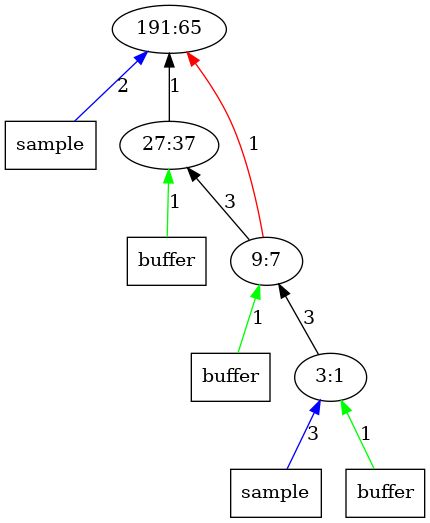
Above: outputImages/op65.png.png in AbhikKhan/MTP_IITG (Graphviz), before the change. Its source is kept beside it as outputTrees/op65.dot.
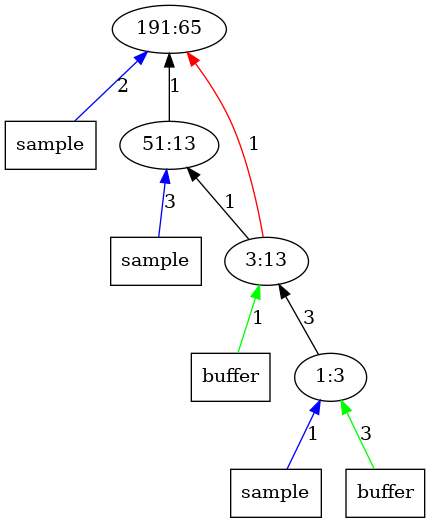
Later version of the same file.

Diff of the diagram source:
```diff
@@ -4,18 +4,18 @@
 	x11 [label = "sample", shape = "box"];
 	1 [label = "191:65"];
 	2 -> 1 [label = "1", color = "black"];
-	x22 -> 2 [label = "1", color = "green"];
-	x22 [label = "buffer", shape = "box"];
-	2 [label = "27:37"];
+	x21 -> 2 [label = "3", color = "blue"];
+	x21 [label = "sample", shape = "box"];
+	2 [label = "51:13"];
 	3 -> 1 [label = "1", color = "red"];
 	x32 -> 3 [label = "1", color = "green"];
 	x32 [label = "buffer", shape = "box"];
-	3 -> 2 [label = "3", color = "black"];
-	3 [label = "9:7"];
+	3 -> 2 [label = "1", color = "black"];
+	3 [label = "3:13"];
 	4 -> 3 [label = "3", color = "black"];
-	x41 -> 4 [label = "3", color = "blue"];
+	x41 -> 4 [label = "1", color = "blue"];
 	x41 [label = "sample", shape = "box"];
-	x42 -> 4 [label = "1", color = "green"];
+	x42 -> 4 [label = "3", color = "green"];
 	x42 [label = "buffer", shape = "box"];
-	4 [label = "3:1"];
+	4 [label = "1:3"];
 }
```
